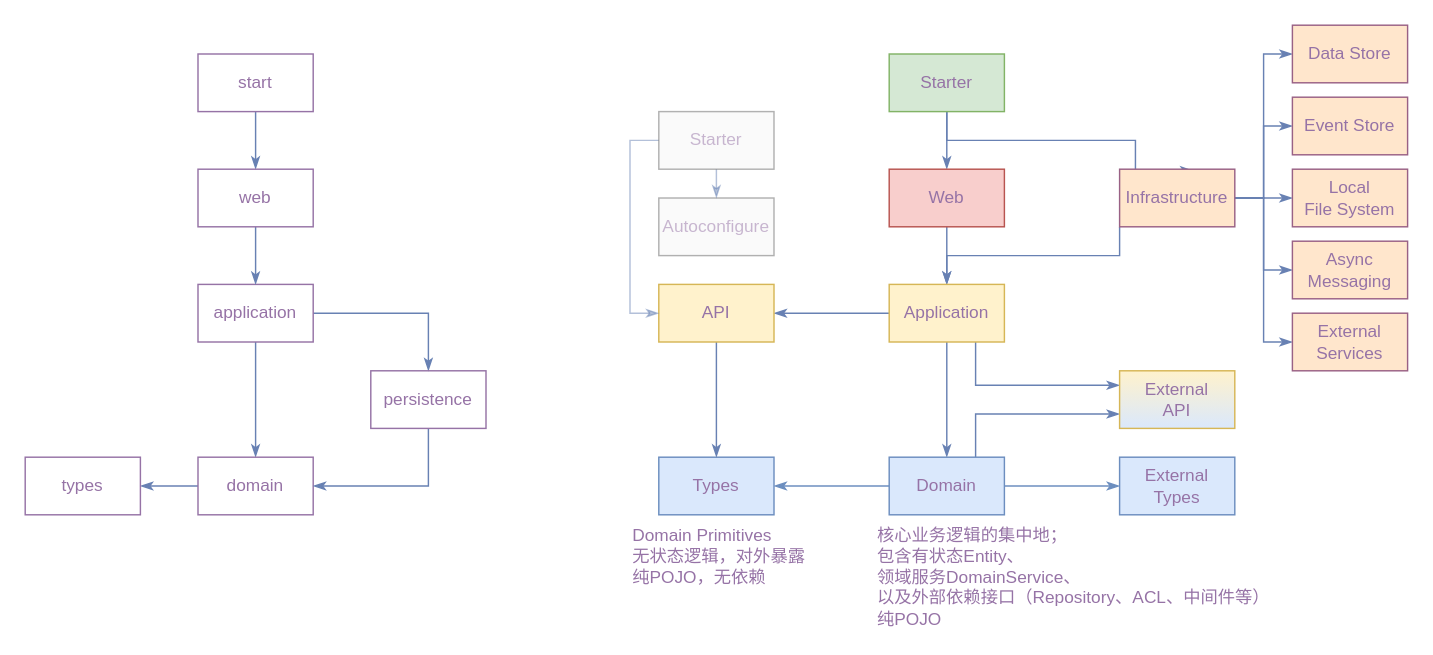
The draw.io diagram architecture/ddd-impl.drawio in rabbitcount/drawio, before the edit. Source tidied: cells renumbered, new cells numbered last; positions are measured from the earlier drawing's top-left corner, leaving out a move shared by most shapes. Both pictures are drawn from the tidied source at 144%, with x=0, y=0 at pixel (24, 24).
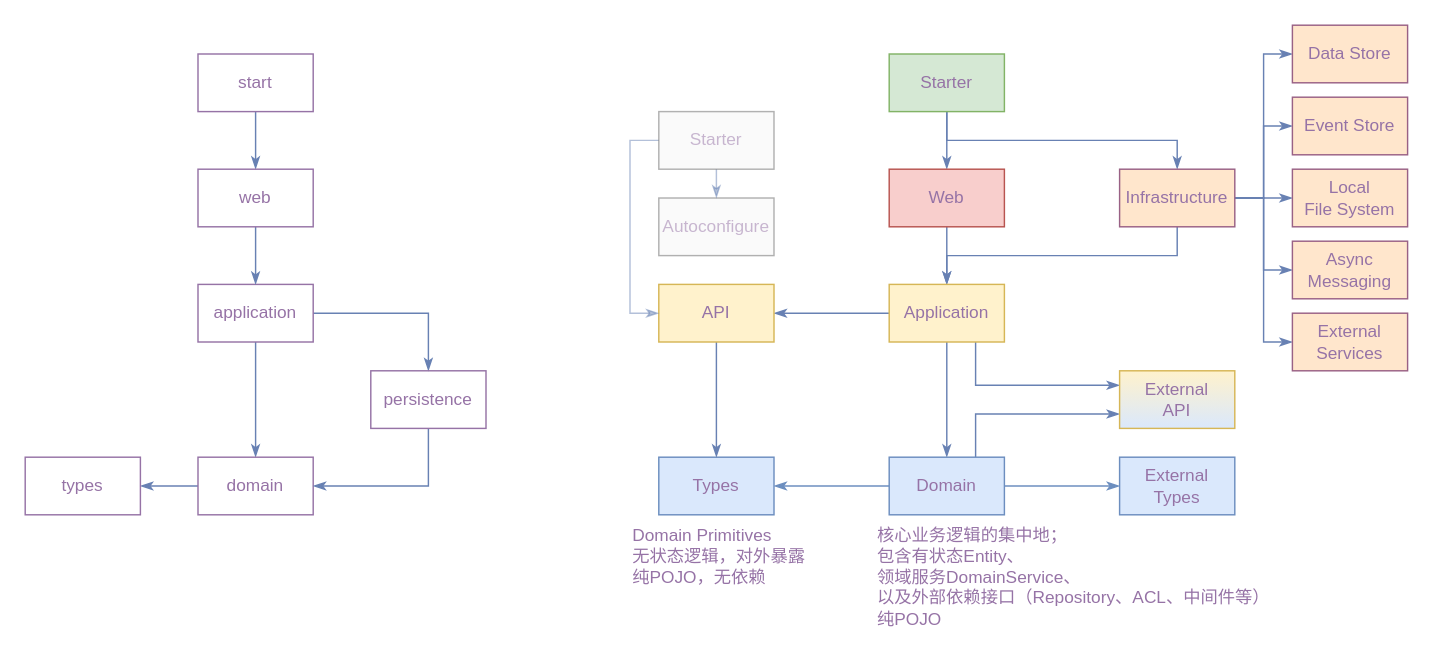
The same diagram, later.

Unchanged cells that the change refers to:
```xml
<mxCell id="16" value="Starter" style="rounded=0;whiteSpace=wrap;html=1;shadow=0;glass=0;comic=0;labelBackgroundColor=none;strokeColor=#82b366;strokeWidth=1;fillColor=#d5e8d4;fontFamily=Helvetica;fontSize=12;fontColor=#9673A6;align=center;gradientColor=none;" parent="1" vertex="1">
  <mxGeometry x="600" y="20" width="80" height="40" as="geometry" />
</mxCell>
<mxCell id="25" value="Infrastructure" style="rounded=0;whiteSpace=wrap;html=1;shadow=0;glass=0;comic=0;labelBackgroundColor=none;strokeColor=#996185;strokeWidth=1;fillColor=#FFE6CC;fontFamily=Helvetica;fontSize=12;fontColor=#9673A6;align=center;gradientColor=none;" parent="1" vertex="1">
  <mxGeometry x="760" y="100" width="80" height="40" as="geometry" />
</mxCell>
```

What changed in the source:
```diff
@@
-    <mxCell id="15" style="edgeStyle=orthogonalEdgeStyle;rounded=0;comic=0;jumpStyle=arc;jumpSize=6;html=1;entryX=0.638;entryY=0.025;entryPerimeter=0;labelBackgroundColor=#ffffff;startArrow=none;startFill=0;endArrow=classicThin;endFill=1;endSize=6;jettySize=auto;strokeColor=#6881B3;strokeWidth=1;fillColor=none;fontFamily=Helvetica;fontSize=12;fontColor=#9673A6;" parent="1" edge="1" source="16" target="25">
+    <mxCell id="15" style="edgeStyle=orthogonalEdgeStyle;rounded=0;comic=0;jumpStyle=arc;jumpSize=6;html=1;entryX=0.5;entryY=0;labelBackgroundColor=#ffffff;startArrow=none;startFill=0;endArrow=classicThin;endFill=1;endSize=6;jettySize=auto;strokeColor=#6881B3;strokeWidth=1;fillColor=none;fontFamily=Helvetica;fontSize=12;fontColor=#9673A6;entryDx=0;entryDy=0;" parent="1" edge="1" source="16" target="25">
       <mxGeometry relative="1" as="geometry">
         <Array as="points">
           <mxPoint x="640" y="80" />
-          <mxPoint x="771" y="80" />
+          <mxPoint x="800" y="80" />
         </Array>
       </mxGeometry>
     </mxCell>
@@
-    <mxCell id="19" style="edgeStyle=orthogonalEdgeStyle;rounded=0;comic=0;jumpStyle=arc;jumpSize=6;html=1;labelBackgroundColor=#ffffff;startArrow=none;startFill=0;endArrow=classicThin;endFill=1;endSize=6;jettySize=auto;strokeColor=#6881B3;strokeWidth=1;fillColor=none;fontFamily=Helvetica;fontSize=12;fontColor=#9673A6;" parent="1" edge="1" source="25">
+    <mxCell id="19" style="edgeStyle=orthogonalEdgeStyle;rounded=0;comic=0;jumpStyle=arc;jumpSize=6;html=1;labelBackgroundColor=#ffffff;startArrow=none;startFill=0;endArrow=classicThin;endFill=1;endSize=6;jettySize=auto;strokeColor=#6881B3;strokeWidth=1;fillColor=none;fontFamily=Helvetica;fontSize=12;fontColor=#9673A6;exitX=0.5;exitY=1;exitDx=0;exitDy=0;" parent="1" edge="1" source="25">
       <mxGeometry relative="1" as="geometry">
         <mxPoint x="640" y="180" as="targetPoint" />
         <Array as="points">
-          <mxPoint x="760" y="160" />
+          <mxPoint x="800" y="160" />
           <mxPoint x="640" y="160" />
         </Array>
       </mxGeometry>
     </mxCell>
```
